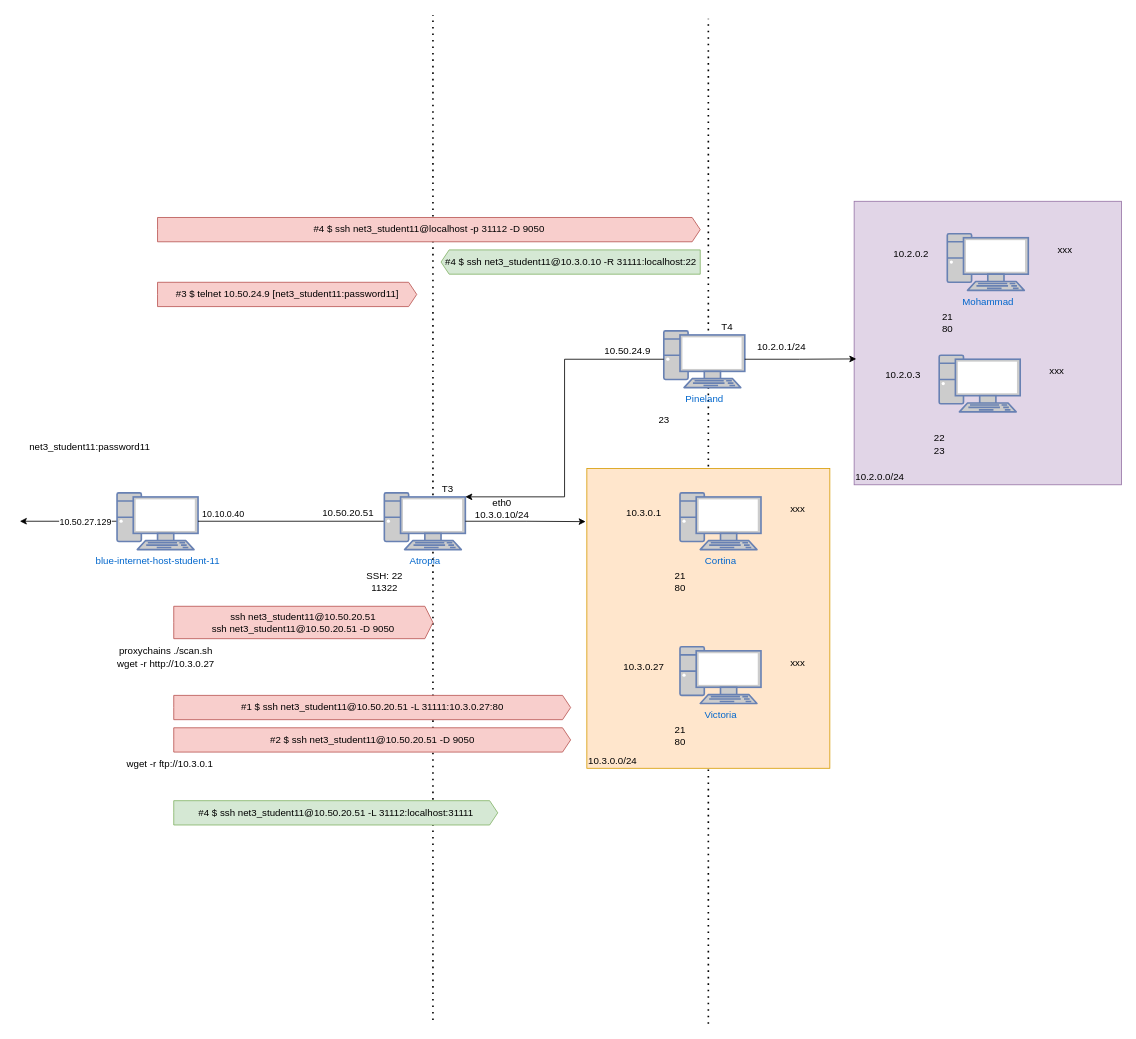
Earlier version of the draw.io diagram CCTC/NET/Tunnels_Training.drawio (wifi96h/new). Source tidied: cells renumbered, new cells numbered last; positions are measured from the earlier drawing's top-left corner, leaving out a move shared by most shapes. Both pictures are drawn from the tidied source at 81%, with x=0, y=0 at pixel (19, 15).
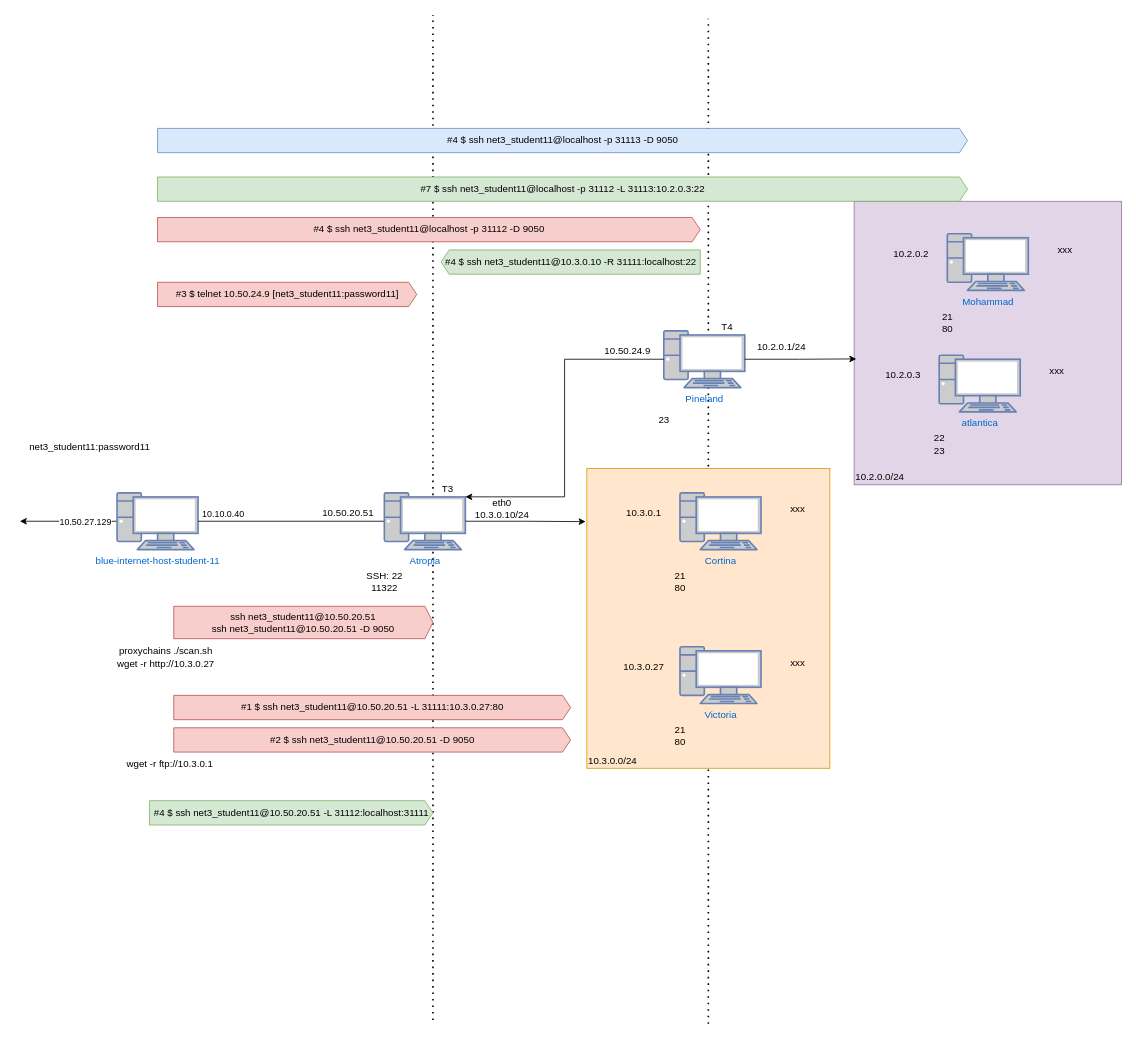
The same page after the edit.

Unchanged cells that the change refers to:
```xml
<mxCell id="56" style="group;" parent="55" vertex="1">
  <mxGeometry y="20" width="225" height="130" as="geometry" />
</mxCell>
```

What changed in the source:
```diff
@@
     <mxCell id="47" value="#4 $ ssh net3_student11@10.50.20.51 -L 31112:localhost:31111" style="html=1;shadow=0;dashed=0;align=center;verticalAlign=middle;shape=mxgraph.arrows2.arrow;dy=0;dx=10;notch=0;fillColor=#d5e8d4;strokeColor=#82b366;" parent="1" vertex="1">
-      <mxGeometry x="190" y="970" width="400" height="30" as="geometry" />
+      <mxGeometry x="160" y="970" width="350" height="30" as="geometry" />
     </mxCell>
@@
-    <mxCell id="57" style="fontColor=#0066CC;verticalAlign=top;verticalLabelPosition=bottom;labelPosition=center;align=center;html=1;fillColor=#CCCCCC;strokeColor=#6881B3;gradientColor=none;gradientDirection=north;strokeWidth=2;shape=mxgraph.networks.pc;" parent="56" vertex="1">
+    <mxCell id="57" value="atlantica" style="fontColor=#0066CC;verticalAlign=top;verticalLabelPosition=bottom;labelPosition=center;align=center;html=1;fillColor=#CCCCCC;strokeColor=#6881B3;gradientColor=none;gradientDirection=north;strokeWidth=2;shape=mxgraph.networks.pc;" parent="56" vertex="1">
       <mxGeometry x="35" width="100" height="70" as="geometry" />
     </mxCell>
@@
+    <mxCell id="62" value="#7 $ ssh net3_student11@localhost -p 31112 -L 31113:10.2.0.3:22" style="html=1;shadow=0;dashed=0;align=center;verticalAlign=middle;shape=mxgraph.arrows2.arrow;dy=0;dx=10;notch=0;fillColor=#d5e8d4;strokeColor=#82b366;" parent="1" vertex="1">
+      <mxGeometry x="170" y="200" width="1000" height="30" as="geometry" />
+    </mxCell>
+    <mxCell id="63" value="#4 $ ssh net3_student11@localhost -p 31113 -D 9050" style="html=1;shadow=0;dashed=0;align=center;verticalAlign=middle;shape=mxgraph.arrows2.arrow;dy=0;dx=10;notch=0;fillColor=#dae8fc;strokeColor=#6c8ebf;" parent="1" vertex="1">
+      <mxGeometry x="170" y="140" width="1000" height="30" as="geometry" />
+    </mxCell>
```
